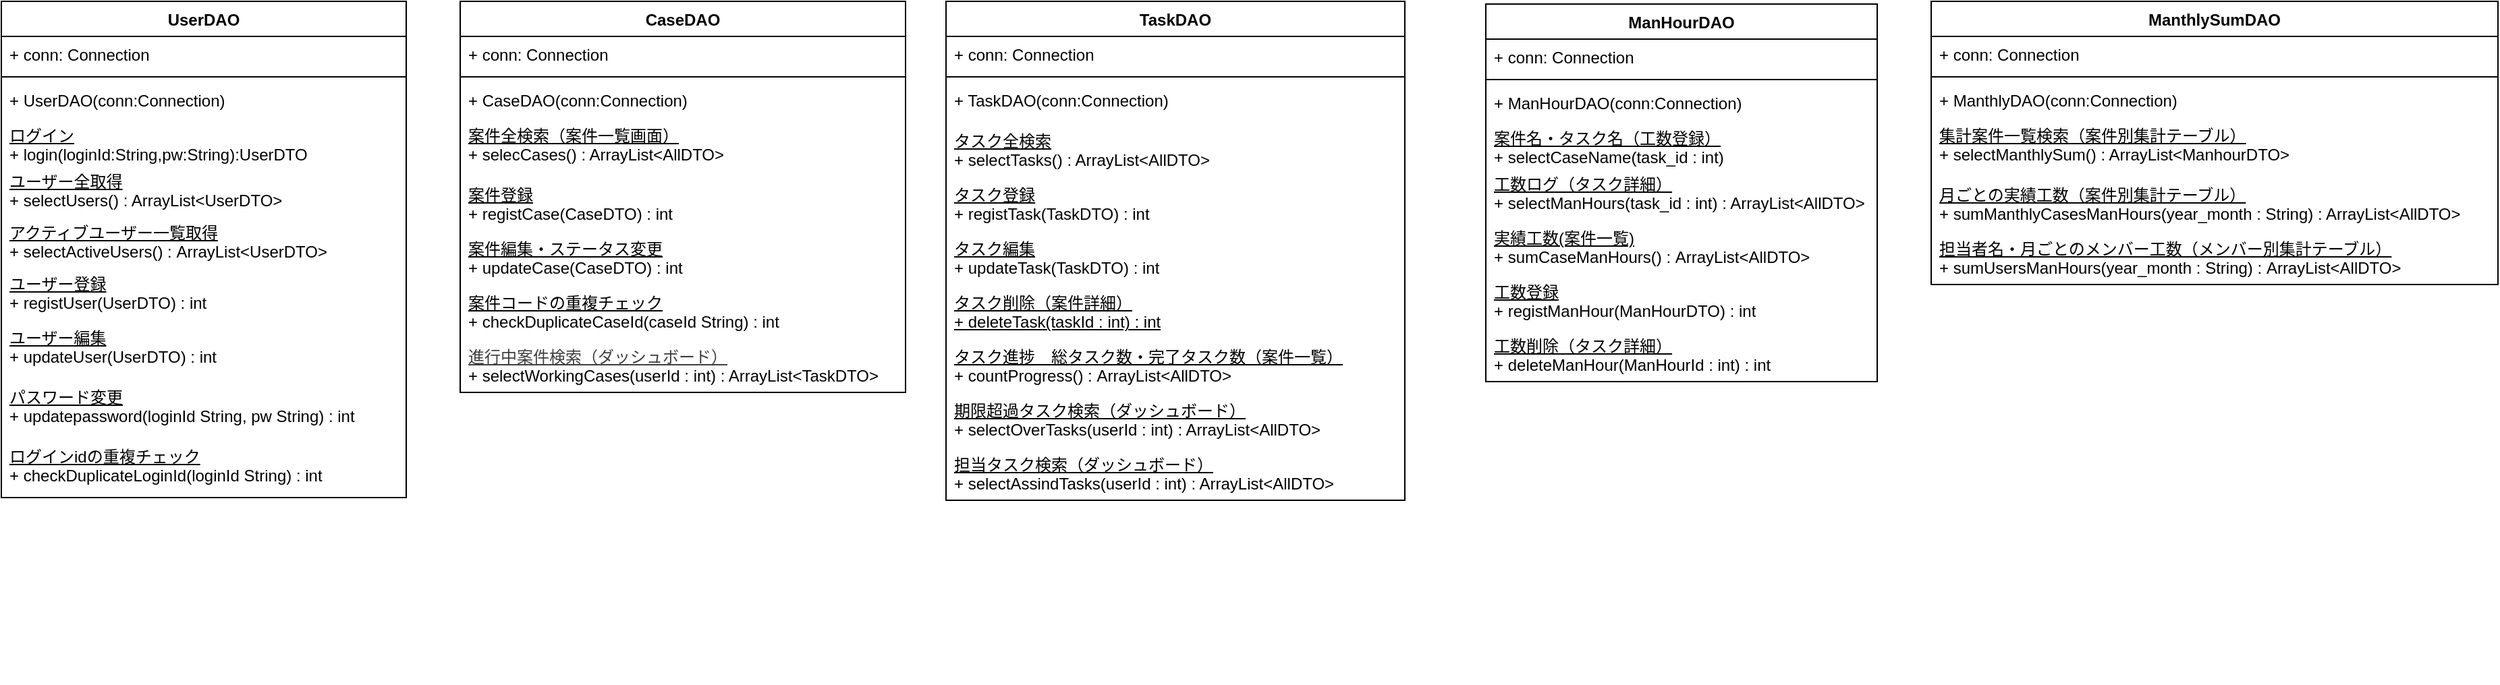
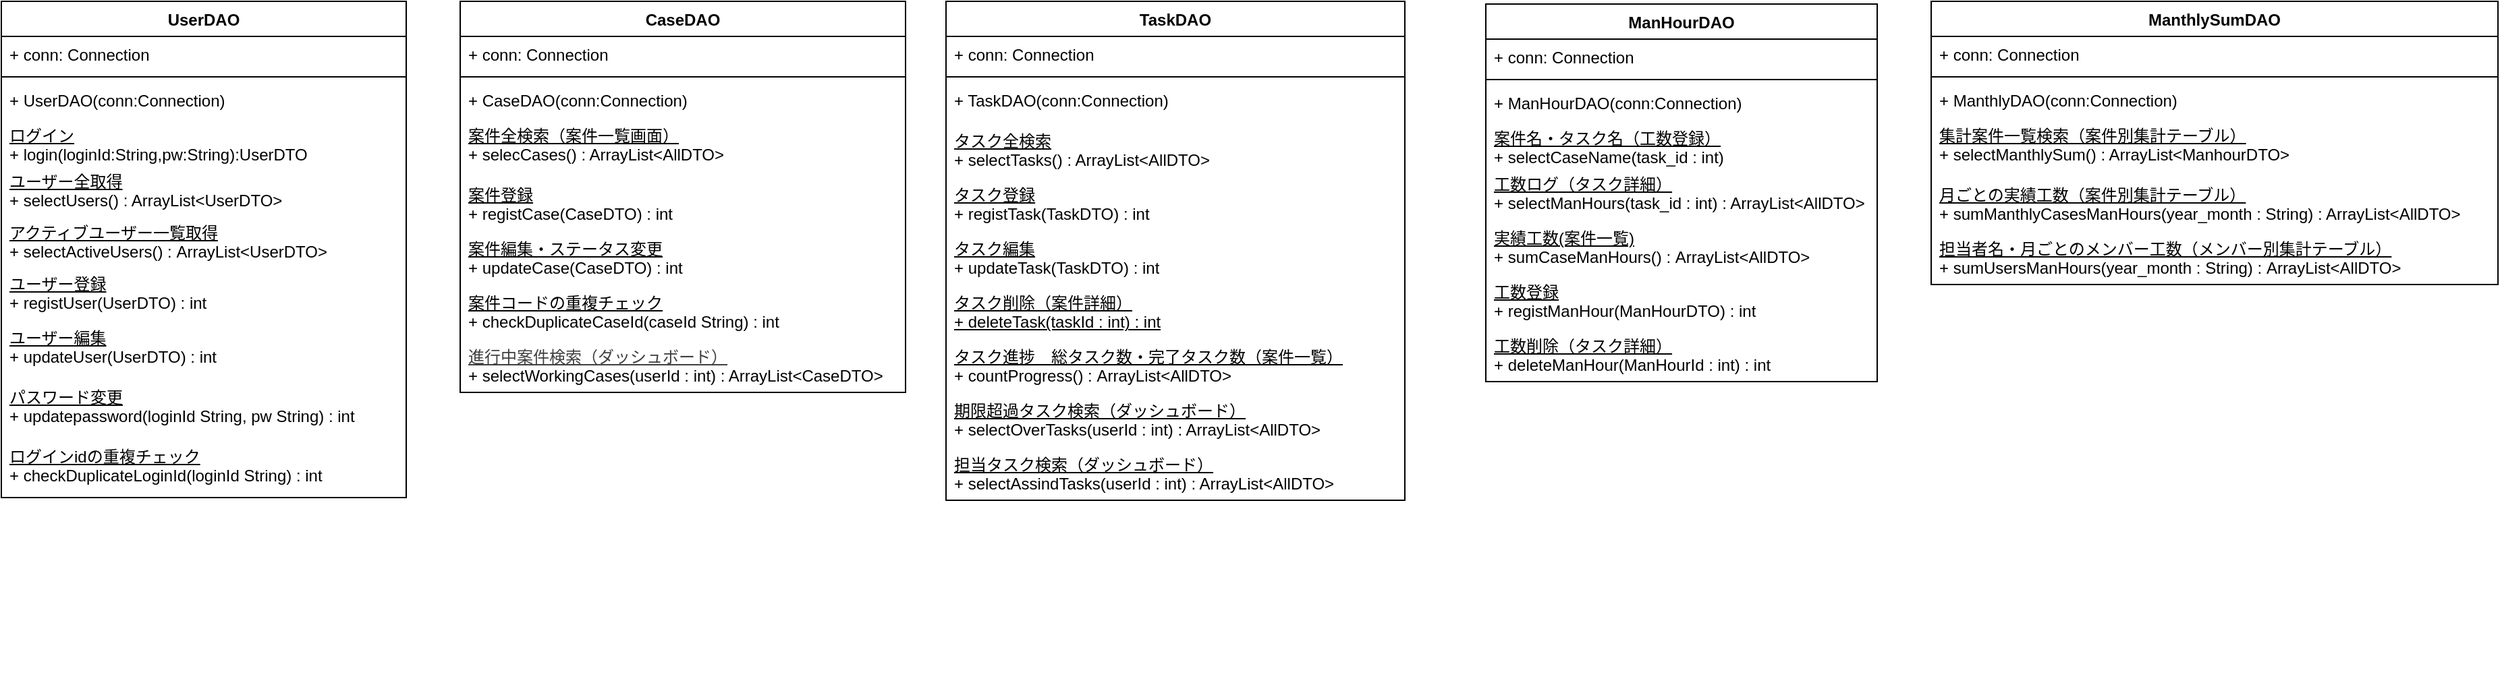
<mxfile host="65bd71144e">
    <diagram id="FiwLhSfAqCs7Xlh_osOK" name="ページ1">
-         <mxGraphModel dx="686" dy="473" grid="1" gridSize="10" guides="1" tooltips="1" connect="1" arrows="1" fold="1" page="1" pageScale="1" pageWidth="827" pageHeight="1169" math="0" shadow="0">
+         <mxGraphModel dx="714" dy="659" grid="1" gridSize="10" guides="1" tooltips="1" connect="1" arrows="1" fold="1" page="1" pageScale="1" pageWidth="827" pageHeight="1169" math="0" shadow="0">
            <root>
                <mxCell id="0"/>
                <mxCell id="1" parent="0"/>
                <mxCell id="20" value="CaseDAO" style="swimlane;fontStyle=1;align=center;verticalAlign=top;childLayout=stackLayout;horizontal=1;startSize=26;horizontalStack=0;resizeParent=1;resizeParentMax=0;resizeLast=0;collapsible=1;marginBottom=0;whiteSpace=wrap;html=1;" parent="1" vertex="1">
                    <mxGeometry x="350" y="490" width="330" height="290" as="geometry"/>
                </mxCell>
                <mxCell id="21" value="+ conn: Connection" style="text;strokeColor=none;fillColor=none;align=left;verticalAlign=top;spacingLeft=4;spacingRight=4;overflow=hidden;rotatable=0;points=[[0,0.5],[1,0.5]];portConstraint=eastwest;whiteSpace=wrap;html=1;" parent="20" vertex="1">
                    <mxGeometry y="26" width="330" height="26" as="geometry"/>
                </mxCell>
                <mxCell id="22" value="" style="line;strokeWidth=1;fillColor=none;align=left;verticalAlign=middle;spacingTop=-1;spacingLeft=3;spacingRight=3;rotatable=0;labelPosition=right;points=[];portConstraint=eastwest;strokeColor=inherit;" parent="20" vertex="1">
                    <mxGeometry y="52" width="330" height="8" as="geometry"/>
                </mxCell>
                <mxCell id="23" value="+ CaseDAO(conn:Connection)" style="text;strokeColor=none;fillColor=none;align=left;verticalAlign=top;spacingLeft=4;spacingRight=4;overflow=hidden;rotatable=0;points=[[0,0.5],[1,0.5]];portConstraint=eastwest;whiteSpace=wrap;html=1;" parent="20" vertex="1">
                    <mxGeometry y="60" width="330" height="26" as="geometry"/>
                </mxCell>
                <mxCell id="30" value="&lt;div&gt;&lt;u&gt;&lt;font style=&quot;color: rgb(0, 0, 0);&quot;&gt;案件全検索（案件一覧画面）&lt;/font&gt;&lt;/u&gt;&lt;/div&gt;&lt;div&gt;&lt;font style=&quot;color: rgb(0, 0, 0);&quot;&gt;&lt;span style=&quot;background-color: transparent;&quot;&gt;+ selecCases(&lt;/span&gt;&lt;span style=&quot;background-color: transparent;&quot;&gt;) : ArrayList&amp;lt;AllDTO&amp;gt;&lt;/span&gt;&lt;/font&gt;&lt;/div&gt;" style="text;strokeColor=none;fillColor=none;align=left;verticalAlign=top;spacingLeft=4;spacingRight=4;overflow=hidden;rotatable=0;points=[[0,0.5],[1,0.5]];portConstraint=eastwest;whiteSpace=wrap;html=1;fontFamily=Helvetica;fontSize=12;fontColor=default;" parent="20" vertex="1">
                    <mxGeometry y="86" width="330" height="44" as="geometry"/>
                </mxCell>
                <mxCell id="54" value="&lt;div&gt;&lt;span&gt;&lt;u style=&quot;&quot;&gt;&lt;font style=&quot;color: rgb(0, 0, 0);&quot;&gt;案件登録&lt;/font&gt;&lt;/u&gt;&lt;/span&gt;&lt;/div&gt;&lt;span style=&quot;color: rgb(0, 0, 0);&quot;&gt;&lt;font style=&quot;color: rgb(0, 0, 0);&quot;&gt;+ registCase(CaseDTO) : int&lt;/font&gt;&lt;/span&gt;" style="text;strokeColor=none;fillColor=none;align=left;verticalAlign=top;spacingLeft=4;spacingRight=4;overflow=hidden;rotatable=0;points=[[0,0.5],[1,0.5]];portConstraint=eastwest;whiteSpace=wrap;html=1;fontFamily=Helvetica;fontSize=12;fontColor=default;" parent="20" vertex="1">
                    <mxGeometry y="130" width="330" height="40" as="geometry"/>
                </mxCell>
                <mxCell id="28" value="&lt;div&gt;&lt;u&gt;&lt;font style=&quot;color: rgb(0, 0, 0);&quot;&gt;案件編集・ステータス変更&lt;/font&gt;&lt;/u&gt;&lt;/div&gt;&lt;div&gt;&lt;span style=&quot;background-color: transparent;&quot;&gt;&lt;font style=&quot;color: rgb(0, 0, 0);&quot;&gt;+ updateCase(CaseDTO) : int&lt;/font&gt;&lt;/span&gt;&lt;/div&gt;" style="text;strokeColor=none;fillColor=none;align=left;verticalAlign=top;spacingLeft=4;spacingRight=4;overflow=hidden;rotatable=0;points=[[0,0.5],[1,0.5]];portConstraint=eastwest;whiteSpace=wrap;html=1;fontFamily=Helvetica;fontSize=12;fontColor=default;" parent="20" vertex="1">
                    <mxGeometry y="170" width="330" height="40" as="geometry"/>
                </mxCell>
                <mxCell id="95" value="&lt;u&gt;案件コードの重複チェック&lt;/u&gt;&lt;div&gt;+ checkDuplicateCaseId(caseId String) : int&amp;nbsp;&lt;/div&gt;" style="text;strokeColor=none;fillColor=none;align=left;verticalAlign=top;spacingLeft=4;spacingRight=4;overflow=hidden;rotatable=0;points=[[0,0.5],[1,0.5]];portConstraint=eastwest;whiteSpace=wrap;html=1;fontFamily=Helvetica;fontSize=12;fontColor=default;" parent="20" vertex="1">
                    <mxGeometry y="210" width="330" height="40" as="geometry"/>
                </mxCell>
-                 <mxCell id="96" value="&lt;div style=&quot;scrollbar-color: rgb(226, 226, 226) rgb(251, 251, 251); color: rgb(63, 63, 63);&quot;&gt;&lt;font style=&quot;scrollbar-color: rgb(226, 226, 226) rgb(251, 251, 251); color: rgb(63, 63, 63);&quot;&gt;&lt;u style=&quot;scrollbar-color: rgb(226, 226, 226) rgb(251, 251, 251); color: rgb(63, 63, 63);&quot;&gt;進行中案件検索（ダッシュボード）&lt;/u&gt;&lt;/font&gt;&lt;/div&gt;&lt;span style=&quot;scrollbar-color: rgb(226, 226, 226) rgb(251, 251, 251); color: rgb(0, 0, 0);&quot;&gt;+ selectWorkingCases(&lt;span style=&quot;scrollbar-color: rgb(226, 226, 226) rgb(251, 251, 251); color: rgb(0, 0, 0);&quot;&gt;userId : int&lt;/span&gt;) : ArrayList&amp;lt;TaskDTO&amp;gt;&lt;/span&gt;" style="text;strokeColor=none;fillColor=none;align=left;verticalAlign=top;spacingLeft=4;spacingRight=4;overflow=hidden;rotatable=0;points=[[0,0.5],[1,0.5]];portConstraint=eastwest;whiteSpace=wrap;html=1;fontFamily=Helvetica;fontSize=12;fontColor=default;" parent="20" vertex="1">
+                 <mxCell id="96" value="&lt;div style=&quot;scrollbar-color: rgb(226, 226, 226) rgb(251, 251, 251); color: rgb(63, 63, 63);&quot;&gt;&lt;font style=&quot;scrollbar-color: rgb(226, 226, 226) rgb(251, 251, 251); color: rgb(63, 63, 63);&quot;&gt;&lt;u style=&quot;scrollbar-color: rgb(226, 226, 226) rgb(251, 251, 251); color: rgb(63, 63, 63);&quot;&gt;進行中案件検索（ダッシュボード）&lt;/u&gt;&lt;/font&gt;&lt;/div&gt;&lt;span style=&quot;scrollbar-color: rgb(226, 226, 226) rgb(251, 251, 251); color: rgb(0, 0, 0);&quot;&gt;+ selectWorkingCases(&lt;span style=&quot;scrollbar-color: rgb(226, 226, 226) rgb(251, 251, 251); color: rgb(0, 0, 0);&quot;&gt;userId : int&lt;/span&gt;) : ArrayList&amp;lt;CaseDTO&amp;gt;&lt;/span&gt;" style="text;strokeColor=none;fillColor=none;align=left;verticalAlign=top;spacingLeft=4;spacingRight=4;overflow=hidden;rotatable=0;points=[[0,0.5],[1,0.5]];portConstraint=eastwest;whiteSpace=wrap;html=1;fontFamily=Helvetica;fontSize=12;fontColor=default;" parent="20" vertex="1">
                    <mxGeometry y="250" width="330" height="40" as="geometry"/>
                </mxCell>
                <mxCell id="27" style="text;strokeColor=none;fillColor=none;align=left;verticalAlign=top;spacingLeft=4;spacingRight=4;overflow=hidden;rotatable=0;points=[[0,0.5],[1,0.5]];portConstraint=eastwest;whiteSpace=wrap;html=1;" parent="20" vertex="1">
                    <mxGeometry y="290" width="330" as="geometry"/>
                </mxCell>
                <mxCell id="32" value="UserDAO" style="swimlane;fontStyle=1;align=center;verticalAlign=top;childLayout=stackLayout;horizontal=1;startSize=26;horizontalStack=0;resizeParent=1;resizeParentMax=0;resizeLast=0;collapsible=1;marginBottom=0;whiteSpace=wrap;html=1;" parent="1" vertex="1">
                    <mxGeometry x="10" y="490" width="300" height="368" as="geometry"/>
                </mxCell>
                <mxCell id="33" value="+ conn: Connection" style="text;strokeColor=none;fillColor=none;align=left;verticalAlign=top;spacingLeft=4;spacingRight=4;overflow=hidden;rotatable=0;points=[[0,0.5],[1,0.5]];portConstraint=eastwest;whiteSpace=wrap;html=1;" parent="32" vertex="1">
                    <mxGeometry y="26" width="300" height="26" as="geometry"/>
                </mxCell>
                <mxCell id="34" value="" style="line;strokeWidth=1;fillColor=none;align=left;verticalAlign=middle;spacingTop=-1;spacingLeft=3;spacingRight=3;rotatable=0;labelPosition=right;points=[];portConstraint=eastwest;strokeColor=inherit;" parent="32" vertex="1">
                    <mxGeometry y="52" width="300" height="8" as="geometry"/>
                </mxCell>
                <mxCell id="35" value="+ UserDAO(conn:Connection)" style="text;strokeColor=none;fillColor=none;align=left;verticalAlign=top;spacingLeft=4;spacingRight=4;overflow=hidden;rotatable=0;points=[[0,0.5],[1,0.5]];portConstraint=eastwest;whiteSpace=wrap;html=1;" parent="32" vertex="1">
                    <mxGeometry y="60" width="300" height="26" as="geometry"/>
                </mxCell>
                <mxCell id="41" value="&lt;div&gt;&lt;span style=&quot;background-color: transparent;&quot;&gt;&lt;u&gt;ログイン&lt;/u&gt;&lt;/span&gt;&lt;/div&gt;&lt;div&gt;&lt;span style=&quot;color: rgb(0, 0, 0);&quot;&gt;+ login(loginId:String,pw:String):UserDTO&lt;/span&gt;&lt;/div&gt;" style="text;strokeColor=none;fillColor=none;align=left;verticalAlign=top;spacingLeft=4;spacingRight=4;overflow=hidden;rotatable=0;points=[[0,0.5],[1,0.5]];portConstraint=eastwest;whiteSpace=wrap;html=1;" parent="32" vertex="1">
                    <mxGeometry y="86" width="300" height="34" as="geometry"/>
                </mxCell>
                <mxCell id="37" value="&lt;div&gt;&lt;span style=&quot;background-color: transparent;&quot;&gt;&lt;font style=&quot;color: rgb(0, 0, 0);&quot;&gt;&lt;u&gt;ユーザー全取得&lt;/u&gt;&lt;/font&gt;&lt;/span&gt;&lt;/div&gt;&lt;div&gt;&lt;span style=&quot;background-color: transparent;&quot;&gt;&lt;font style=&quot;color: rgb(0, 0, 0);&quot;&gt;+ selectUsers() : ArrayList&amp;lt;UserDTO&amp;gt;&lt;/font&gt;&lt;/span&gt;&lt;/div&gt;" style="text;strokeColor=none;fillColor=none;align=left;verticalAlign=top;spacingLeft=4;spacingRight=4;overflow=hidden;rotatable=0;points=[[0,0.5],[1,0.5]];portConstraint=eastwest;whiteSpace=wrap;html=1;fontFamily=Helvetica;fontSize=12;fontColor=default;" parent="32" vertex="1">
                    <mxGeometry y="120" width="300" height="38" as="geometry"/>
                </mxCell>
                <mxCell id="97" value="&lt;u&gt;アクティブユーザー一覧取得&lt;/u&gt;&lt;div&gt;+ selectActiveUsers() :&amp;nbsp;&lt;span style=&quot;color: rgb(0, 0, 0); background-color: transparent;&quot;&gt;ArrayList&amp;lt;UserDTO&amp;gt;&lt;/span&gt;&lt;/div&gt;" style="text;strokeColor=none;fillColor=none;align=left;verticalAlign=top;spacingLeft=4;spacingRight=4;overflow=hidden;rotatable=0;points=[[0,0.5],[1,0.5]];portConstraint=eastwest;whiteSpace=wrap;html=1;fontFamily=Helvetica;fontSize=12;fontColor=default;" parent="32" vertex="1">
                    <mxGeometry y="158" width="300" height="38" as="geometry"/>
                </mxCell>
                <mxCell id="43" value="&lt;div&gt;&lt;font style=&quot;color: rgb(0, 0, 0);&quot;&gt;&lt;u&gt;ユーザー登録&lt;/u&gt;&lt;/font&gt;&lt;/div&gt;&lt;div&gt;&lt;font style=&quot;color: rgb(0, 0, 0);&quot;&gt;+ registUser(UserDTO) : int&lt;/font&gt;&lt;/div&gt;" style="text;strokeColor=none;fillColor=none;align=left;verticalAlign=top;spacingLeft=4;spacingRight=4;overflow=hidden;rotatable=0;points=[[0,0.5],[1,0.5]];portConstraint=eastwest;whiteSpace=wrap;html=1;fontFamily=Helvetica;fontSize=12;fontColor=default;" parent="32" vertex="1">
                    <mxGeometry y="196" width="300" height="40" as="geometry"/>
                </mxCell>
                <mxCell id="39" value="&lt;div&gt;&lt;u&gt;ユーザー編集&lt;/u&gt;&lt;/div&gt;+ updateUser(UserDTO) : int" style="text;strokeColor=none;fillColor=none;align=left;verticalAlign=top;spacingLeft=4;spacingRight=4;overflow=hidden;rotatable=0;points=[[0,0.5],[1,0.5]];portConstraint=eastwest;whiteSpace=wrap;html=1;fontFamily=Helvetica;fontSize=12;fontColor=default;" parent="32" vertex="1">
                    <mxGeometry y="236" width="300" height="44" as="geometry"/>
                </mxCell>
                <mxCell id="98" value="&lt;u&gt;パスワード変更&lt;/u&gt;&lt;div&gt;+ updatepassword(loginId String, pw String) : int&lt;/div&gt;" style="text;strokeColor=none;fillColor=none;align=left;verticalAlign=top;spacingLeft=4;spacingRight=4;overflow=hidden;rotatable=0;points=[[0,0.5],[1,0.5]];portConstraint=eastwest;whiteSpace=wrap;html=1;fontFamily=Helvetica;fontSize=12;fontColor=default;" parent="32" vertex="1">
                    <mxGeometry y="280" width="300" height="44" as="geometry"/>
                </mxCell>
                <mxCell id="94" value="&lt;u&gt;ログインidの重複チェック&lt;/u&gt;&lt;div&gt;+ checkDuplicateLoginId(loginId String) : int&lt;/div&gt;" style="text;strokeColor=none;fillColor=none;align=left;verticalAlign=top;spacingLeft=4;spacingRight=4;overflow=hidden;rotatable=0;points=[[0,0.5],[1,0.5]];portConstraint=eastwest;whiteSpace=wrap;html=1;fontFamily=Helvetica;fontSize=12;fontColor=default;" parent="32" vertex="1">
                    <mxGeometry y="324" width="300" height="44" as="geometry"/>
                </mxCell>
                <mxCell id="40" style="text;strokeColor=none;fillColor=none;align=left;verticalAlign=top;spacingLeft=4;spacingRight=4;overflow=hidden;rotatable=0;points=[[0,0.5],[1,0.5]];portConstraint=eastwest;whiteSpace=wrap;html=1;" parent="32" vertex="1">
                    <mxGeometry y="368" width="300" as="geometry"/>
                </mxCell>
                <mxCell id="45" value="TaskDAO" style="swimlane;fontStyle=1;align=center;verticalAlign=top;childLayout=stackLayout;horizontal=1;startSize=26;horizontalStack=0;resizeParent=1;resizeParentMax=0;resizeLast=0;collapsible=1;marginBottom=0;whiteSpace=wrap;html=1;" parent="1" vertex="1">
                    <mxGeometry x="710" y="490" width="340" height="370" as="geometry"/>
                </mxCell>
                <mxCell id="46" value="+ conn: Connection" style="text;strokeColor=none;fillColor=none;align=left;verticalAlign=top;spacingLeft=4;spacingRight=4;overflow=hidden;rotatable=0;points=[[0,0.5],[1,0.5]];portConstraint=eastwest;whiteSpace=wrap;html=1;" parent="45" vertex="1">
                    <mxGeometry y="26" width="340" height="26" as="geometry"/>
                </mxCell>
                <mxCell id="47" value="" style="line;strokeWidth=1;fillColor=none;align=left;verticalAlign=middle;spacingTop=-1;spacingLeft=3;spacingRight=3;rotatable=0;labelPosition=right;points=[];portConstraint=eastwest;strokeColor=inherit;" parent="45" vertex="1">
                    <mxGeometry y="52" width="340" height="8" as="geometry"/>
                </mxCell>
                <mxCell id="48" value="+ TaskDAO(conn:Connection)" style="text;strokeColor=none;fillColor=none;align=left;verticalAlign=top;spacingLeft=4;spacingRight=4;overflow=hidden;rotatable=0;points=[[0,0.5],[1,0.5]];portConstraint=eastwest;whiteSpace=wrap;html=1;" parent="45" vertex="1">
                    <mxGeometry y="60" width="340" height="30" as="geometry"/>
                </mxCell>
                <mxCell id="49" value="&lt;div&gt;&lt;u&gt;タスク全検索&lt;/u&gt;&lt;/div&gt;+ selectTasks() : ArrayList&amp;lt;AllDTO&amp;gt;" style="text;strokeColor=none;fillColor=none;align=left;verticalAlign=top;spacingLeft=4;spacingRight=4;overflow=hidden;rotatable=0;points=[[0,0.5],[1,0.5]];portConstraint=eastwest;whiteSpace=wrap;html=1;fontFamily=Helvetica;fontSize=12;fontColor=default;" parent="45" vertex="1">
                    <mxGeometry y="90" width="340" height="40" as="geometry"/>
                </mxCell>
                <mxCell id="51" value="&lt;div&gt;&lt;u&gt;タスク登録&lt;/u&gt;&lt;/div&gt;+ registTask(TaskDTO) : int" style="text;strokeColor=none;fillColor=none;align=left;verticalAlign=top;spacingLeft=4;spacingRight=4;overflow=hidden;rotatable=0;points=[[0,0.5],[1,0.5]];portConstraint=eastwest;whiteSpace=wrap;html=1;fontFamily=Helvetica;fontSize=12;fontColor=default;" parent="45" vertex="1">
                    <mxGeometry y="130" width="340" height="40" as="geometry"/>
                </mxCell>
                <mxCell id="52" value="&lt;div&gt;&lt;u&gt;タスク編集&lt;/u&gt;&lt;/div&gt;+ updateTask(TaskDTO) : int" style="text;strokeColor=none;fillColor=none;align=left;verticalAlign=top;spacingLeft=4;spacingRight=4;overflow=hidden;rotatable=0;points=[[0,0.5],[1,0.5]];portConstraint=eastwest;whiteSpace=wrap;html=1;fontFamily=Helvetica;fontSize=12;fontColor=default;" parent="45" vertex="1">
                    <mxGeometry y="170" width="340" height="40" as="geometry"/>
                </mxCell>
                <mxCell id="93" value="&lt;u&gt;タスク削除（案件詳細）&lt;/u&gt;&lt;div&gt;&lt;u&gt;&lt;font style=&quot;color: rgb(0, 0, 0);&quot;&gt;+ deleteTask(taskId : int) : int&lt;/font&gt;&lt;/u&gt;&lt;/div&gt;" style="text;strokeColor=none;fillColor=none;align=left;verticalAlign=top;spacingLeft=4;spacingRight=4;overflow=hidden;rotatable=0;points=[[0,0.5],[1,0.5]];portConstraint=eastwest;whiteSpace=wrap;html=1;fontFamily=Helvetica;fontSize=12;fontColor=default;" parent="45" vertex="1">
                    <mxGeometry y="210" width="340" height="40" as="geometry"/>
                </mxCell>
                <mxCell id="91" value="&lt;div&gt;&lt;u&gt;タスク進捗　総タスク数・完了タスク数（案件一覧）&lt;/u&gt;&lt;/div&gt;+ countProgress() :&amp;nbsp;&lt;span style=&quot;color: rgb(0, 0, 0);&quot;&gt;ArrayList&amp;lt;AllDTO&amp;gt;&lt;/span&gt;" style="text;strokeColor=none;fillColor=none;align=left;verticalAlign=top;spacingLeft=4;spacingRight=4;overflow=hidden;rotatable=0;points=[[0,0.5],[1,0.5]];portConstraint=eastwest;whiteSpace=wrap;html=1;fontFamily=Helvetica;fontSize=12;fontColor=default;" parent="45" vertex="1">
                    <mxGeometry y="250" width="340" height="40" as="geometry"/>
                </mxCell>
                <mxCell id="86" value="&lt;div&gt;&lt;font color=&quot;#000000&quot;&gt;&lt;u&gt;期限超過タスク検索（ダッシュボード）&lt;/u&gt;&lt;/font&gt;&lt;/div&gt;&lt;span style=&quot;color: rgb(0, 0, 0);&quot;&gt;+ selectOverTasks(&lt;span style=&quot;color: rgb(0, 0, 0);&quot;&gt;userId : int&lt;/span&gt;) : ArrayList&amp;lt;AllDTO&amp;gt;&lt;/span&gt;" style="text;strokeColor=none;fillColor=none;align=left;verticalAlign=top;spacingLeft=4;spacingRight=4;overflow=hidden;rotatable=0;points=[[0,0.5],[1,0.5]];portConstraint=eastwest;whiteSpace=wrap;html=1;fontFamily=Helvetica;fontSize=12;fontColor=default;" parent="45" vertex="1">
                    <mxGeometry y="290" width="340" height="40" as="geometry"/>
                </mxCell>
                <mxCell id="85" value="&lt;div&gt;&lt;span style=&quot;color: rgb(0, 0, 0);&quot;&gt;&lt;u&gt;担当タスク検索（ダッシュボード）&lt;/u&gt;&lt;/span&gt;&lt;/div&gt;&lt;span style=&quot;color: rgb(0, 0, 0);&quot;&gt;+ selectAssindTasks(&lt;span style=&quot;color: rgb(0, 0, 0);&quot;&gt;userId : int&lt;/span&gt;) : ArrayList&amp;lt;AllDTO&amp;gt;&lt;/span&gt;" style="text;strokeColor=none;fillColor=none;align=left;verticalAlign=top;spacingLeft=4;spacingRight=4;overflow=hidden;rotatable=0;points=[[0,0.5],[1,0.5]];portConstraint=eastwest;whiteSpace=wrap;html=1;fontFamily=Helvetica;fontSize=12;fontColor=default;" parent="45" vertex="1">
                    <mxGeometry y="330" width="340" height="40" as="geometry"/>
                </mxCell>
                <mxCell id="53" style="text;strokeColor=none;fillColor=none;align=left;verticalAlign=top;spacingLeft=4;spacingRight=4;overflow=hidden;rotatable=0;points=[[0,0.5],[1,0.5]];portConstraint=eastwest;whiteSpace=wrap;html=1;" parent="45" vertex="1">
                    <mxGeometry y="370" width="340" as="geometry"/>
                </mxCell>
                <mxCell id="55" value="ManHourDAO" style="swimlane;fontStyle=1;align=center;verticalAlign=top;childLayout=stackLayout;horizontal=1;startSize=26;horizontalStack=0;resizeParent=1;resizeParentMax=0;resizeLast=0;collapsible=1;marginBottom=0;whiteSpace=wrap;html=1;" parent="1" vertex="1">
                    <mxGeometry x="1110" y="492" width="290" height="280" as="geometry"/>
                </mxCell>
                <mxCell id="56" value="&lt;span style=&quot;color: rgb(0, 0, 0);&quot;&gt;+ conn: Connection&lt;/span&gt;" style="text;strokeColor=none;fillColor=none;align=left;verticalAlign=top;spacingLeft=4;spacingRight=4;overflow=hidden;rotatable=0;points=[[0,0.5],[1,0.5]];portConstraint=eastwest;whiteSpace=wrap;html=1;" parent="55" vertex="1">
                    <mxGeometry y="26" width="290" height="26" as="geometry"/>
                </mxCell>
                <mxCell id="57" value="" style="line;strokeWidth=1;fillColor=none;align=left;verticalAlign=middle;spacingTop=-1;spacingLeft=3;spacingRight=3;rotatable=0;labelPosition=right;points=[];portConstraint=eastwest;strokeColor=inherit;" parent="55" vertex="1">
                    <mxGeometry y="52" width="290" height="8" as="geometry"/>
                </mxCell>
                <mxCell id="58" value="+ ManHourDAO(conn:Connection)" style="text;strokeColor=none;fillColor=none;align=left;verticalAlign=top;spacingLeft=4;spacingRight=4;overflow=hidden;rotatable=0;points=[[0,0.5],[1,0.5]];portConstraint=eastwest;whiteSpace=wrap;html=1;" parent="55" vertex="1">
                    <mxGeometry y="60" width="290" height="26" as="geometry"/>
                </mxCell>
                <mxCell id="62" value="&lt;div&gt;&lt;u&gt;案件名・タスク名（工数登録）&lt;/u&gt;&lt;/div&gt;+ selectC&lt;span style=&quot;color: rgb(0, 0, 0);&quot;&gt;aseName&lt;/span&gt;(task_id : int) &lt;span style=&quot;color: rgb(0, 0, 0);&quot;&gt;:&amp;nbsp;&lt;/span&gt;&lt;span style=&quot;color: rgb(0, 0, 0);&quot;&gt;ArrayList&amp;lt;AllDTO&amp;gt;&lt;/span&gt;" style="text;strokeColor=none;fillColor=none;align=left;verticalAlign=top;spacingLeft=4;spacingRight=4;overflow=hidden;rotatable=0;points=[[0,0.5],[1,0.5]];portConstraint=eastwest;whiteSpace=wrap;html=1;" parent="55" vertex="1">
                    <mxGeometry y="86" width="290" height="34" as="geometry"/>
                </mxCell>
                <mxCell id="80" value="&lt;div&gt;&lt;u&gt;工数ログ（タスク詳細）&lt;/u&gt;&lt;/div&gt;+ selectManHours(task_id : int) : ArrayList&amp;lt;AllDTO&amp;gt;" style="text;strokeColor=none;fillColor=none;align=left;verticalAlign=top;spacingLeft=4;spacingRight=4;overflow=hidden;rotatable=0;points=[[0,0.5],[1,0.5]];portConstraint=eastwest;whiteSpace=wrap;html=1;" parent="55" vertex="1">
                    <mxGeometry y="120" width="290" height="40" as="geometry"/>
                </mxCell>
                <mxCell id="92" value="&lt;div&gt;&lt;u&gt;実績工数(案件一覧)&lt;/u&gt;&lt;/div&gt;+ sumCaseManHours() :&amp;nbsp;&lt;span style=&quot;color: rgb(0, 0, 0);&quot;&gt;ArrayList&amp;lt;AllDTO&amp;gt;&lt;/span&gt;" style="text;strokeColor=none;fillColor=none;align=left;verticalAlign=top;spacingLeft=4;spacingRight=4;overflow=hidden;rotatable=0;points=[[0,0.5],[1,0.5]];portConstraint=eastwest;whiteSpace=wrap;html=1;" parent="55" vertex="1">
                    <mxGeometry y="160" width="290" height="40" as="geometry"/>
                </mxCell>
                <mxCell id="61" value="&lt;div&gt;&lt;u&gt;工数登録&lt;/u&gt;&lt;/div&gt;+ registManHour(ManHourDTO) : int" style="text;strokeColor=none;fillColor=none;align=left;verticalAlign=top;spacingLeft=4;spacingRight=4;overflow=hidden;rotatable=0;points=[[0,0.5],[1,0.5]];portConstraint=eastwest;whiteSpace=wrap;html=1;" parent="55" vertex="1">
                    <mxGeometry y="200" width="290" height="40" as="geometry"/>
                </mxCell>
                <mxCell id="64" value="&lt;div&gt;&lt;u&gt;工数削除（タスク詳細）&lt;/u&gt;&lt;/div&gt;+ deleteManHour(ManHourId : int) : int" style="text;strokeColor=none;fillColor=none;align=left;verticalAlign=top;spacingLeft=4;spacingRight=4;overflow=hidden;rotatable=0;points=[[0,0.5],[1,0.5]];portConstraint=eastwest;whiteSpace=wrap;html=1;" parent="55" vertex="1">
                    <mxGeometry y="240" width="290" height="40" as="geometry"/>
                </mxCell>
                <mxCell id="59" style="text;strokeColor=none;fillColor=none;align=left;verticalAlign=top;spacingLeft=4;spacingRight=4;overflow=hidden;rotatable=0;points=[[0,0.5],[1,0.5]];portConstraint=eastwest;whiteSpace=wrap;html=1;" parent="1" vertex="1">
                    <mxGeometry x="390" y="970" width="290" height="26" as="geometry"/>
                </mxCell>
                <mxCell id="65" value="ManthlySumDAO" style="swimlane;fontStyle=1;align=center;verticalAlign=top;childLayout=stackLayout;horizontal=1;startSize=26;horizontalStack=0;resizeParent=1;resizeParentMax=0;resizeLast=0;collapsible=1;marginBottom=0;whiteSpace=wrap;html=1;" parent="1" vertex="1">
                    <mxGeometry x="1440" y="490" width="420" height="210" as="geometry"/>
                </mxCell>
                <mxCell id="66" value="&lt;span style=&quot;color: rgb(0, 0, 0);&quot;&gt;+ conn: Connection&lt;/span&gt;" style="text;strokeColor=none;fillColor=none;align=left;verticalAlign=top;spacingLeft=4;spacingRight=4;overflow=hidden;rotatable=0;points=[[0,0.5],[1,0.5]];portConstraint=eastwest;whiteSpace=wrap;html=1;" parent="65" vertex="1">
                    <mxGeometry y="26" width="420" height="26" as="geometry"/>
                </mxCell>
                <mxCell id="67" value="" style="line;strokeWidth=1;fillColor=none;align=left;verticalAlign=middle;spacingTop=-1;spacingLeft=3;spacingRight=3;rotatable=0;labelPosition=right;points=[];portConstraint=eastwest;strokeColor=inherit;" parent="65" vertex="1">
                    <mxGeometry y="52" width="420" height="8" as="geometry"/>
                </mxCell>
                <mxCell id="68" value="+ ManthlyDAO(conn:Connection)" style="text;strokeColor=none;fillColor=none;align=left;verticalAlign=top;spacingLeft=4;spacingRight=4;overflow=hidden;rotatable=0;points=[[0,0.5],[1,0.5]];portConstraint=eastwest;whiteSpace=wrap;html=1;" parent="65" vertex="1">
                    <mxGeometry y="60" width="420" height="26" as="geometry"/>
                </mxCell>
                <mxCell id="69" value="&lt;div&gt;&lt;u&gt;集計案件一覧検索（案件別集計テーブル）&lt;/u&gt;&lt;/div&gt;+ selectManthlySum() : ArrayList&amp;lt;ManhourDTO&amp;gt;" style="text;strokeColor=none;fillColor=none;align=left;verticalAlign=top;spacingLeft=4;spacingRight=4;overflow=hidden;rotatable=0;points=[[0,0.5],[1,0.5]];portConstraint=eastwest;whiteSpace=wrap;html=1;" parent="65" vertex="1">
                    <mxGeometry y="86" width="420" height="44" as="geometry"/>
                </mxCell>
                <mxCell id="77" value="&lt;div&gt;&lt;span style=&quot;color: rgb(0, 0, 0);&quot;&gt;&lt;u&gt;月ごとの実績工数（案件別集計テーブル）&lt;/u&gt;&lt;/span&gt;&lt;/div&gt;&lt;span style=&quot;color: rgb(0, 0, 0);&quot;&gt;+ sumManthlyCasesManHours&lt;span style=&quot;color: rgb(0, 0, 0);&quot;&gt;(year_month : String)&lt;/span&gt;&amp;nbsp;: ArrayList&amp;lt;AllDTO&amp;gt;&lt;/span&gt;" style="text;strokeColor=none;fillColor=none;align=left;verticalAlign=top;spacingLeft=4;spacingRight=4;overflow=hidden;rotatable=0;points=[[0,0.5],[1,0.5]];portConstraint=eastwest;whiteSpace=wrap;html=1;" parent="65" vertex="1">
                    <mxGeometry y="130" width="420" height="40" as="geometry"/>
                </mxCell>
                <mxCell id="78" value="&lt;div&gt;&lt;u&gt;担当者名・月ごとのメンバー工数（メンバー別集計テーブル）&lt;/u&gt;&lt;/div&gt;+ sumUsersManHours&lt;span style=&quot;color: rgb(0, 0, 0);&quot;&gt;(year_month : String)&lt;/span&gt;&amp;nbsp;:&amp;nbsp;&lt;span style=&quot;color: rgb(0, 0, 0);&quot;&gt;ArrayList&amp;lt;AllDTO&amp;gt;&lt;/span&gt;" style="text;strokeColor=none;fillColor=none;align=left;verticalAlign=top;spacingLeft=4;spacingRight=4;overflow=hidden;rotatable=0;points=[[0,0.5],[1,0.5]];portConstraint=eastwest;whiteSpace=wrap;html=1;" parent="65" vertex="1">
                    <mxGeometry y="170" width="420" height="40" as="geometry"/>
                </mxCell>
            </root>
        </mxGraphModel>
    </diagram>
</mxfile>